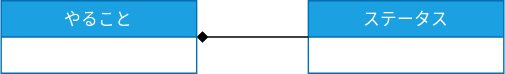
The draw.io diagram docs/images/domain_model.drawio.svg in k2works/application_programing_excercise_2022, before a commit. Source tidied: cells renumbered, new cells last; positions are measured from the earlier drawing's top-left corner, leaving out a move shared by most shapes.
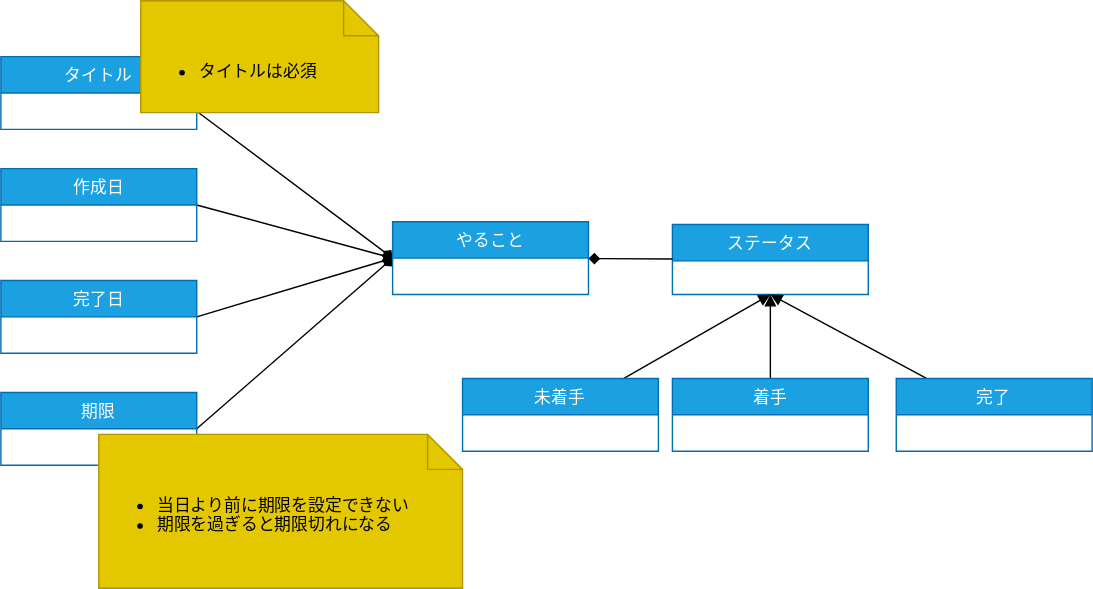
Later version of the same file.

Diff of the diagram source:
```diff
@@ -3,13 +3,61 @@
     <mxCell id="0" />
     <mxCell id="1" parent="0" />
     <mxCell id="2" value="ステータス" style="swimlane;fontStyle=0;horizontal=1;startSize=26;fillColor=#1ba1e2;fontColor=#ffffff;strokeColor=#006EAF;" parent="1" vertex="1">
-      <mxGeometry x="220" width="140" height="52" as="geometry" />
+      <mxGeometry x="440" y="30" width="140" height="50" as="geometry" />
     </mxCell>
     <mxCell id="3" style="edgeStyle=none;html=1;endArrow=none;endFill=0;startArrow=diamond;startFill=1;" parent="1" edge="1" source="4" target="2">
       <mxGeometry relative="1" as="geometry" />
     </mxCell>
+    <mxCell id="5" style="edgeStyle=none;html=1;entryX=1;entryY=0.5;entryDx=0;entryDy=0;startArrow=diamondThin;startFill=1;endArrow=none;endFill=0;exitX=0;exitY=0.5;exitDx=0;exitDy=0;" parent="1" edge="1" source="4" target="16">
+      <mxGeometry relative="1" as="geometry" />
+    </mxCell>
+    <mxCell id="6" style="edgeStyle=none;html=1;entryX=1;entryY=0.5;entryDx=0;entryDy=0;startArrow=diamond;startFill=1;endArrow=none;endFill=0;exitX=0;exitY=0.5;exitDx=0;exitDy=0;" parent="1" edge="1" source="4" target="17">
+      <mxGeometry relative="1" as="geometry" />
+    </mxCell>
+    <mxCell id="7" style="edgeStyle=none;html=1;entryX=1;entryY=0.5;entryDx=0;entryDy=0;startArrow=diamond;startFill=1;endArrow=none;endFill=0;exitX=0;exitY=0.5;exitDx=0;exitDy=0;" parent="1" edge="1" source="4" target="18">
+      <mxGeometry relative="1" as="geometry" />
+    </mxCell>
+    <mxCell id="8" style="edgeStyle=none;html=1;entryX=1;entryY=0.75;entryDx=0;entryDy=0;startArrow=diamond;startFill=1;endArrow=none;endFill=0;exitX=0;exitY=0.5;exitDx=0;exitDy=0;" parent="1" edge="1" source="4" target="15">
+      <mxGeometry relative="1" as="geometry" />
+    </mxCell>
     <mxCell id="4" value="やること" style="swimlane;fontStyle=0;horizontal=1;startSize=26;fillColor=#1ba1e2;fontColor=#ffffff;strokeColor=#006EAF;" parent="1" vertex="1">
-      <mxGeometry width="140" height="52" as="geometry" />
+      <mxGeometry x="240" y="28" width="140" height="52" as="geometry" />
     </mxCell>
+    <mxCell id="9" style="edgeStyle=none;html=1;startArrow=none;startFill=0;endArrow=block;endFill=1;entryX=0.5;entryY=1;entryDx=0;entryDy=0;" parent="1" edge="1" source="10" target="2">
+      <mxGeometry relative="1" as="geometry" />
+    </mxCell>
+    <mxCell id="10" value="着手" style="swimlane;fontStyle=0;horizontal=1;startSize=26;fillColor=#1ba1e2;fontColor=#ffffff;strokeColor=#006EAF;" parent="1" vertex="1">
+      <mxGeometry x="440" y="140" width="140" height="52" as="geometry" />
+    </mxCell>
+    <mxCell id="11" style="edgeStyle=none;html=1;entryX=0.5;entryY=1;entryDx=0;entryDy=0;startArrow=none;startFill=0;endArrow=block;endFill=1;" parent="1" edge="1" source="12" target="2">
+      <mxGeometry relative="1" as="geometry" />
+    </mxCell>
+    <mxCell id="12" value="未着手" style="swimlane;fontStyle=0;horizontal=1;startSize=26;fillColor=#1ba1e2;fontColor=#ffffff;strokeColor=#006EAF;" parent="1" vertex="1">
+      <mxGeometry x="290" y="140" width="140" height="52" as="geometry" />
+    </mxCell>
+    <mxCell id="13" style="edgeStyle=none;html=1;startArrow=none;startFill=0;endArrow=block;endFill=1;entryX=0.5;entryY=1;entryDx=0;entryDy=0;" parent="1" edge="1" source="14" target="2">
+      <mxGeometry relative="1" as="geometry" />
+    </mxCell>
+    <mxCell id="14" value="完了" style="swimlane;fontStyle=0;horizontal=1;startSize=26;fillColor=#1ba1e2;fontColor=#ffffff;strokeColor=#006EAF;" parent="1" vertex="1">
+      <mxGeometry x="600" y="140" width="140" height="52" as="geometry" />
+    </mxCell>
+    <mxCell id="15" value="タイトル" style="swimlane;fontStyle=0;horizontal=1;startSize=26;fillColor=#1ba1e2;fontColor=#ffffff;strokeColor=#006EAF;" parent="1" vertex="1">
+      <mxGeometry x="-40" y="-90" width="140" height="52" as="geometry" />
+    </mxCell>
+    <mxCell id="16" value="作成日" style="swimlane;fontStyle=0;horizontal=1;startSize=26;fillColor=#1ba1e2;fontColor=#ffffff;strokeColor=#006EAF;" parent="1" vertex="1">
+      <mxGeometry x="-40" y="-10" width="140" height="52" as="geometry" />
+    </mxCell>
+    <mxCell id="17" value="完了日" style="swimlane;fontStyle=0;horizontal=1;startSize=26;fillColor=#1ba1e2;fontColor=#ffffff;strokeColor=#006EAF;" parent="1" vertex="1">
+      <mxGeometry x="-40" y="70" width="140" height="52" as="geometry" />
+    </mxCell>
+    <mxCell id="18" value="期限" style="swimlane;fontStyle=0;horizontal=1;startSize=26;fillColor=#1ba1e2;fontColor=#ffffff;strokeColor=#006EAF;" parent="1" vertex="1">
+      <mxGeometry x="-40" y="150" width="140" height="52" as="geometry" />
+    </mxCell>
+    <mxCell id="19" value="&lt;ul&gt;&lt;li&gt;&lt;span&gt;当日より前に期限を設定できない&lt;/span&gt;&lt;/li&gt;&lt;li&gt;&lt;span&gt;期限を過ぎると期限切れになる&lt;/span&gt;&lt;/li&gt;&lt;/ul&gt;" style="shape=note2;boundedLbl=1;whiteSpace=wrap;html=1;size=25;verticalAlign=top;align=left;fillColor=#e3c800;fontColor=#000000;strokeColor=#B09500;" parent="1" vertex="1">
+      <mxGeometry x="30" y="180" width="260" height="110" as="geometry" />
+    </mxCell>
+    <mxCell id="20" value="&lt;ul&gt;&lt;li&gt;&lt;span&gt;タイトルは必須&lt;/span&gt;&lt;/li&gt;&lt;/ul&gt;" style="shape=note2;boundedLbl=1;whiteSpace=wrap;html=1;size=25;verticalAlign=top;align=left;fillColor=#e3c800;fontColor=#000000;strokeColor=#B09500;" parent="1" vertex="1">
+      <mxGeometry x="60" y="-130" width="170" height="80" as="geometry" />
+    </mxCell>
   </root>
 </mxGraphModel>
```
